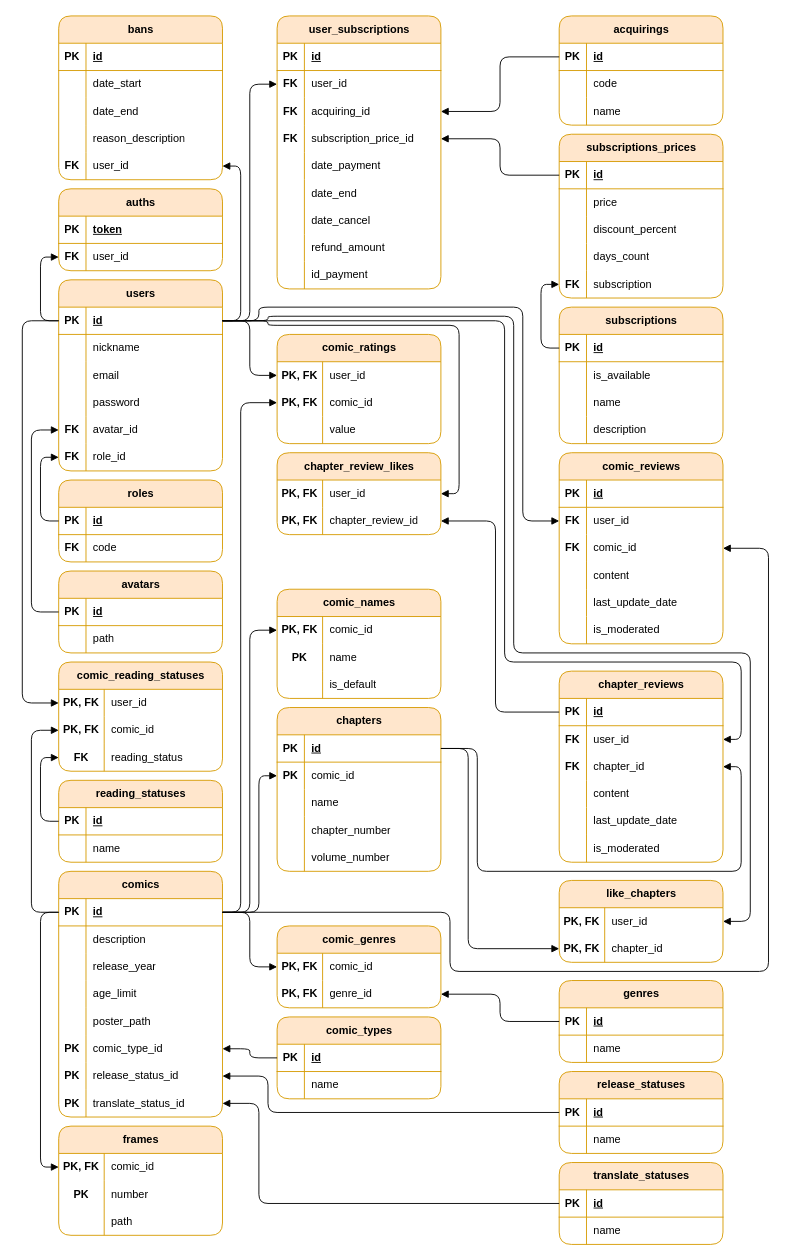
Before: page "Логическая" (2 of 3) of ПМ.11/Модели базы данных.drawio in Zamelane/exams-3-course, a draw.io diagram. Source tidied: cells renumbered, new cells numbered last; positions are measured from the earlier drawing's top-left corner, leaving out a move shared by most shapes. Both pictures are drawn from the tidied source at 91%, with x=0, y=0 at pixel (22, 15).
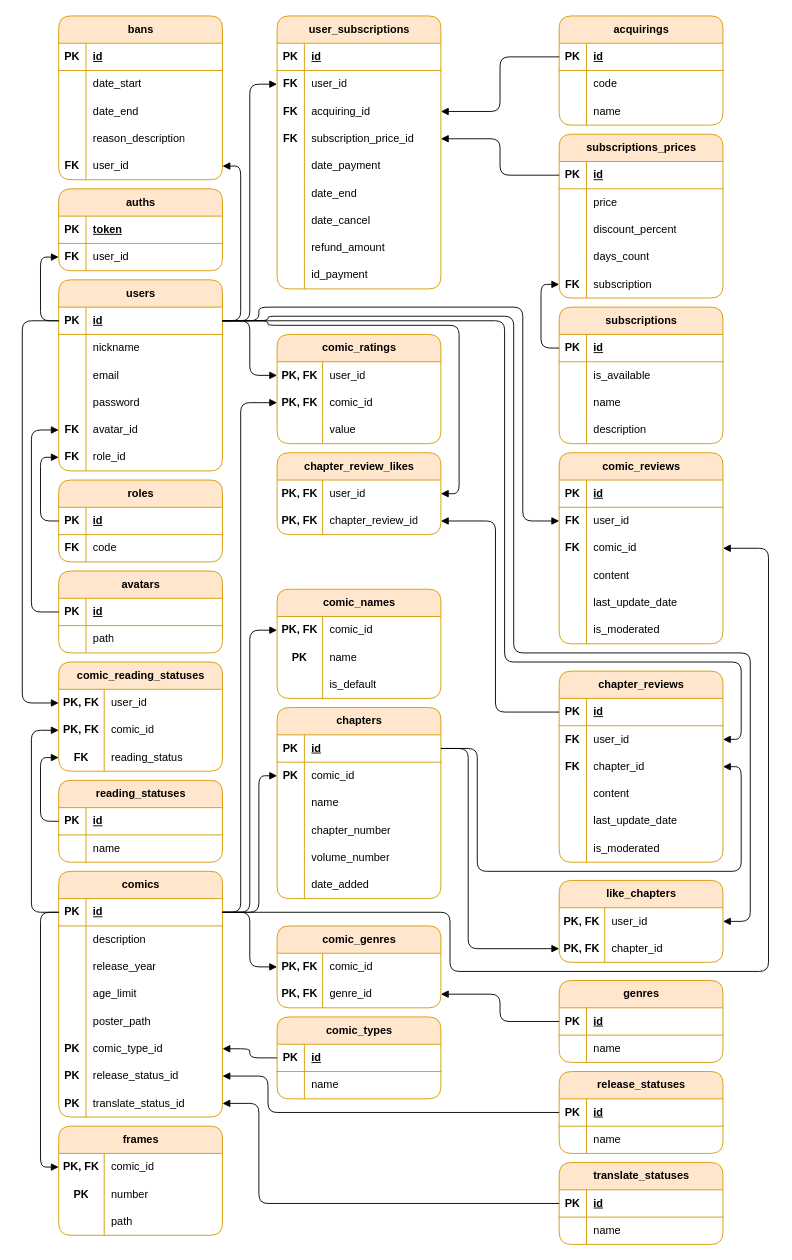
Above is the later version.

The edit, as a diff of the source:
```diff
@@
     <mxCell id="260" value="chapters" style="shape=table;startSize=30;childLayout=tableLayout;rowLines=0;fontStyle=1;align=center;html=1;rounded=1;fillColor=#ffe6cc;strokeColor=#d79b00;" parent="1" vertex="1">
-      <mxGeometry x="280" y="760" width="180" height="180" as="geometry" />
+      <mxGeometry x="280" y="760" width="180" height="210" as="geometry" />
     </mxCell>
@@
+    <mxCell id="329" style="shape=tableRow;horizontal=0;startSize=0;swimlaneHead=0;swimlaneBody=0;fillColor=none;top=0;left=0;right=0;bottom=0;" parent="260" vertex="1">
+      <mxGeometry y="180" width="180" height="30" as="geometry" />
+    </mxCell>
+    <mxCell id="330" style="shape=partialRectangle;fillColor=none;top=0;left=0;bottom=0;right=0;overflow=hidden;whiteSpace=wrap;html=1;fontStyle=1;" parent="329" vertex="1">
+      <mxGeometry width="30" height="30" as="geometry" />
+    </mxCell>
+    <mxCell id="331" value="date_added" style="shape=partialRectangle;fillColor=none;top=0;left=0;bottom=0;right=0;align=left;spacingLeft=6;overflow=hidden;whiteSpace=wrap;html=1;" parent="329" vertex="1">
+      <mxGeometry x="30" width="150" height="30" as="geometry" />
+    </mxCell>
```
